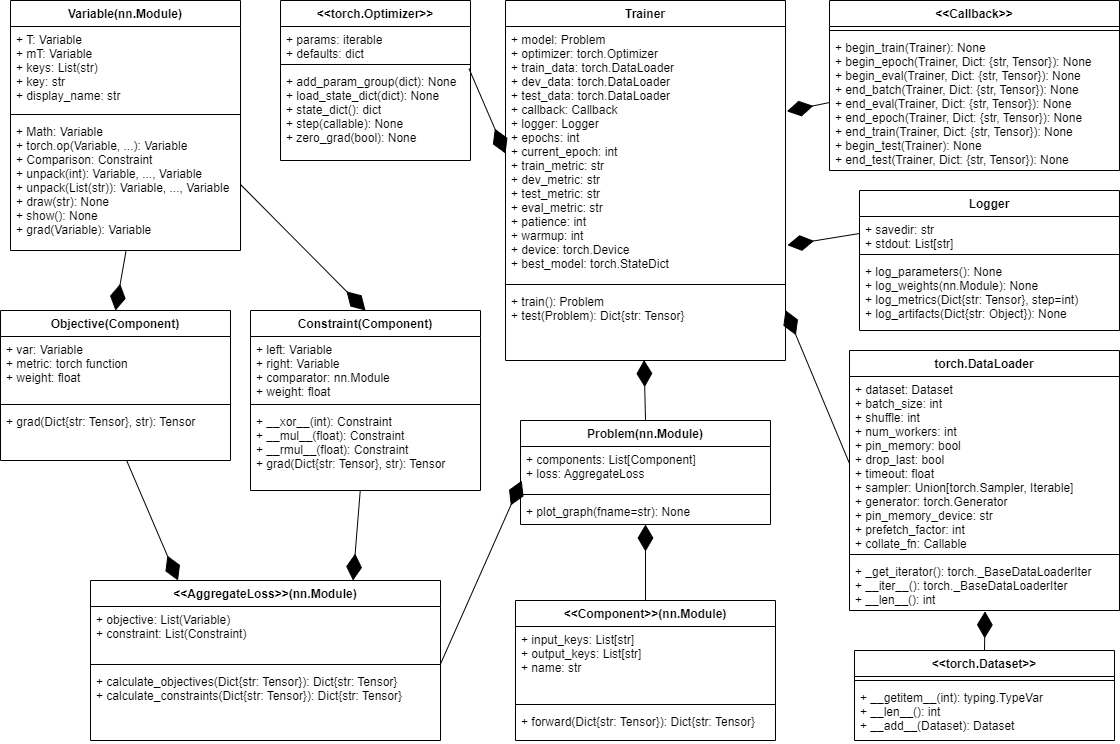
Above: figs/class_diagram.png in pnnl/neuromancer (draw.io), before the change. Source tidied: cells renumbered, new cells last; positions are measured from the earlier drawing's top-left corner, leaving out a move shared by most shapes.
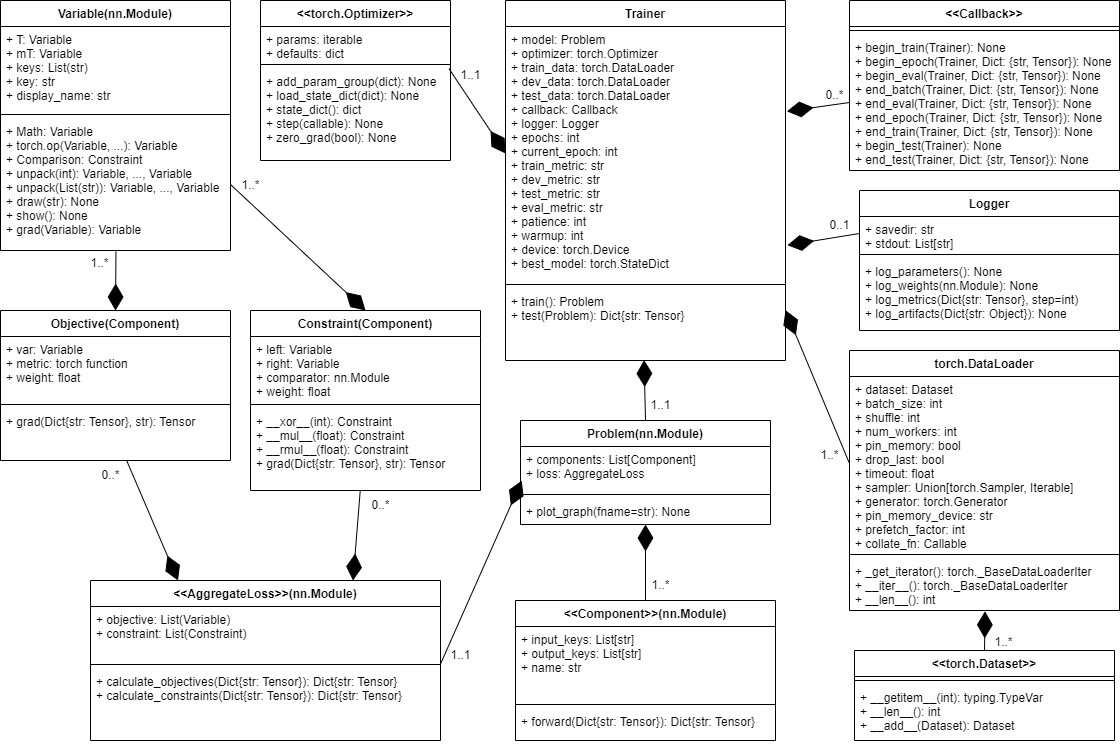
After the commit.

Commit message:
updated class diagram

Change to the diagram source:
```diff
@@ -3,7 +3,7 @@
     <mxCell id="0" />
     <mxCell id="1" parent="0" />
     <mxCell id="2" value="Variable(nn.Module)" style="swimlane;fontStyle=1;align=center;verticalAlign=top;horizontal=1;startSize=26;shadow=0;fillColor=default;" parent="1" vertex="1">
-      <mxGeometry x="10" width="230" height="250" as="geometry" />
+      <mxGeometry width="230" height="250" as="geometry" />
     </mxCell>
     <mxCell id="3" value="+ T: Variable&#10;+ mT: Variable&#10;+ keys: List(str)&#10;+ key: str&#10;+ display_name: str&#10;" style="text;strokeColor=none;fillColor=none;align=left;verticalAlign=top;spacingLeft=4;spacingRight=4;overflow=hidden;" parent="2" vertex="1">
       <mxGeometry y="26" width="230" height="84" as="geometry" />
@@ -68,13 +68,13 @@
       <mxGeometry y="88" width="350" height="72" as="geometry" />
     </mxCell>
     <mxCell id="23" value="&lt;&lt;Callback&gt;&gt;" style="swimlane;fontStyle=1;align=center;verticalAlign=top;horizontal=1;startSize=26;" parent="1" vertex="1">
-      <mxGeometry x="829" width="290" height="170" as="geometry" />
+      <mxGeometry x="849" width="270" height="170" as="geometry" />
     </mxCell>
     <mxCell id="24" style="line;strokeWidth=1;fillColor=none;align=left;verticalAlign=middle;spacingTop=-1;spacingLeft=3;spacingRight=3;labelPosition=right;strokeColor=inherit;" parent="23" vertex="1">
-      <mxGeometry y="26" width="290" height="8" as="geometry" />
+      <mxGeometry y="26" width="270" height="8" as="geometry" />
     </mxCell>
     <mxCell id="25" value="+ begin_train(Trainer): None&#10;+ begin_epoch(Trainer, Dict: {str, Tensor}): None&#10;+ begin_eval(Trainer, Dict: {str, Tensor}): None&#10;+ end_batch(Trainer, Dict: {str, Tensor}): None&#10;+ end_eval(Trainer, Dict: {str, Tensor}): None&#10;+ end_epoch(Trainer, Dict: {str, Tensor}): None&#10;+ end_train(Trainer, Dict: {str, Tensor}): None&#10;+ begin_test(Trainer): None&#10;+ end_test(Trainer, Dict: {str, Tensor}): None" style="text;strokeColor=none;fillColor=none;align=left;verticalAlign=top;spacingLeft=4;spacingRight=4;overflow=hidden;points=[[0,0.5],[1,0.5]];portConstraint=eastwest;" parent="23" vertex="1">
-      <mxGeometry y="34" width="290" height="136" as="geometry" />
+      <mxGeometry y="34" width="270" height="136" as="geometry" />
     </mxCell>
     <mxCell id="26" value="Problem(nn.Module)" style="swimlane;fontStyle=1;align=center;verticalAlign=top;horizontal=1;startSize=26;labelBorderColor=none;" parent="1" vertex="1">
       <mxGeometry x="520" y="420" width="250" height="104" as="geometry" />
@@ -164,7 +164,7 @@
       <mxGeometry relative="1" as="geometry" />
     </mxCell>
     <mxCell id="55" value="&lt;&lt;torch.Optimizer&gt;&gt;" style="swimlane;fontStyle=1;align=center;verticalAlign=top;horizontal=1;startSize=26;shadow=0;labelBorderColor=none;fillColor=default;" parent="1" vertex="1">
-      <mxGeometry x="280" width="190" height="160" as="geometry" />
+      <mxGeometry x="260" width="190" height="160" as="geometry" />
     </mxCell>
     <mxCell id="56" value="+ params: iterable&#10;+ defaults: dict" style="text;strokeColor=none;fillColor=none;align=left;verticalAlign=top;spacingLeft=4;spacingRight=4;overflow=hidden;shadow=0;labelBorderColor=none;" parent="55" vertex="1">
       <mxGeometry y="26" width="190" height="34" as="geometry" />
@@ -178,5 +178,41 @@
     <mxCell id="59" style="endArrow=diamondThin;endFill=1;endSize=24;html=1;rounded=0;exitX=0.992;exitY=1.019;exitDx=0;exitDy=0;entryX=0;entryY=0.5;entryDx=0;entryDy=0;exitPerimeter=0;" parent="1" edge="1" source="57" target="11">
       <mxGeometry relative="1" as="geometry" />
     </mxCell>
+    <mxCell id="60" value="1..1" style="text;html=1;align=center;verticalAlign=middle;strokeColor=none;fillColor=none;" parent="1" vertex="1">
+      <mxGeometry x="640" y="390" width="40" height="30" as="geometry" />
+    </mxCell>
+    <mxCell id="61" value="1..*" style="text;html=1;align=center;verticalAlign=middle;strokeColor=none;fillColor=none;" parent="1" vertex="1">
+      <mxGeometry x="640" y="570" width="40" height="30" as="geometry" />
+    </mxCell>
+    <mxCell id="62" value="0..*" style="text;html=1;align=center;verticalAlign=middle;strokeColor=none;fillColor=none;" parent="1" vertex="1">
+      <mxGeometry x="814" y="80" width="40" height="30" as="geometry" />
+    </mxCell>
+    <mxCell id="63" value="0..1" style="text;html=1;align=center;verticalAlign=middle;strokeColor=none;fillColor=none;" parent="1" vertex="1">
+      <mxGeometry x="819" y="210" width="40" height="30" as="geometry" />
+    </mxCell>
+    <mxCell id="64" value="1..*" style="text;html=1;align=center;verticalAlign=middle;strokeColor=none;fillColor=none;" parent="1" vertex="1">
+      <mxGeometry x="809" y="440" width="40" height="30" as="geometry" />
+    </mxCell>
+    <mxCell id="65" value="1..*" style="text;html=1;align=center;verticalAlign=middle;strokeColor=none;fillColor=none;" parent="1" vertex="1">
+      <mxGeometry x="983" y="627" width="40" height="30" as="geometry" />
+    </mxCell>
+    <mxCell id="66" value="1..1" style="text;html=1;align=center;verticalAlign=middle;strokeColor=none;fillColor=none;" parent="1" vertex="1">
+      <mxGeometry x="440" y="640" width="40" height="30" as="geometry" />
+    </mxCell>
+    <mxCell id="67" value="0..*" style="text;html=1;align=center;verticalAlign=middle;strokeColor=none;fillColor=none;" parent="1" vertex="1">
+      <mxGeometry x="360" y="490" width="40" height="30" as="geometry" />
+    </mxCell>
+    <mxCell id="68" value="0..*" style="text;html=1;align=center;verticalAlign=middle;strokeColor=none;fillColor=none;" parent="1" vertex="1">
+      <mxGeometry x="90" y="460" width="40" height="30" as="geometry" />
+    </mxCell>
+    <mxCell id="69" value="1..*" style="text;html=1;align=center;verticalAlign=middle;strokeColor=none;fillColor=none;" parent="1" vertex="1">
+      <mxGeometry x="230" y="170" width="40" height="30" as="geometry" />
+    </mxCell>
+    <mxCell id="70" value="1..*" style="text;html=1;align=center;verticalAlign=middle;strokeColor=none;fillColor=none;" parent="1" vertex="1">
+      <mxGeometry x="79" y="248" width="40" height="30" as="geometry" />
+    </mxCell>
+    <mxCell id="71" value="1..1" style="text;html=1;align=center;verticalAlign=middle;strokeColor=none;fillColor=none;" parent="1" vertex="1">
+      <mxGeometry x="450" y="60" width="40" height="30" as="geometry" />
+    </mxCell>
   </root>
 </mxGraphModel>
```
